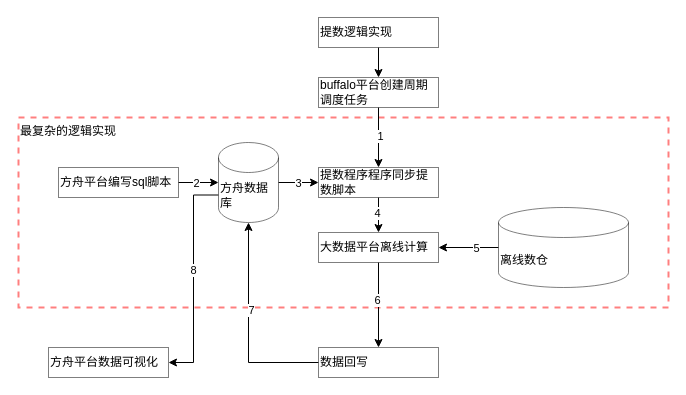
This is page "BDP提数" (5 of 6) of 需求ROI评估.drawio from lihongliang1989/diagram, a draw.io file, before an edit. Source tidied: cells renumbered, new cells numbered last; positions are measured from the earlier drawing's top-left corner, leaving out a move shared by most shapes. Both pictures are drawn from the tidied source at 100%, with x=0, y=0 at pixel (18, 17).
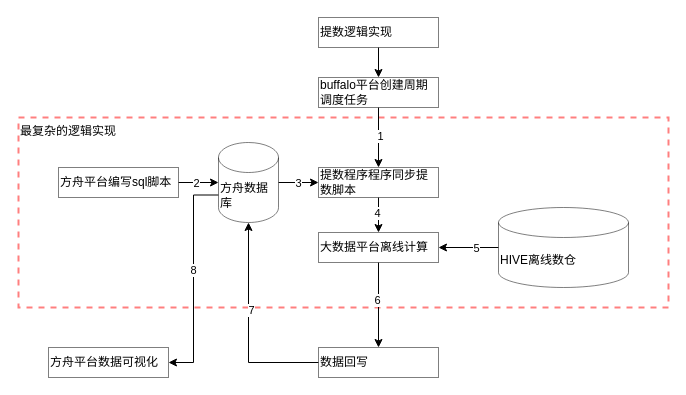
Above is the later version.

Change to the diagram source:
```diff
@@
-    <mxCell id="19" value="离线数仓" style="shape=cylinder3;whiteSpace=wrap;html=1;boundedLbl=1;backgroundOutline=1;size=15;rounded=0;shadow=0;glass=0;sketch=0;fontColor=#000000;strokeColor=#000000;fillColor=#FFFFFF;align=left;opacity=50;" parent="1" vertex="1">
+    <mxCell id="19" value="HIVE离线数仓" style="shape=cylinder3;whiteSpace=wrap;html=1;boundedLbl=1;backgroundOutline=1;size=15;rounded=0;shadow=0;glass=0;sketch=0;fontColor=#000000;strokeColor=#000000;fillColor=#FFFFFF;align=left;opacity=50;" parent="1" vertex="1">
       <mxGeometry x="480" y="190" width="130" height="80" as="geometry" />
     </mxCell>
```
